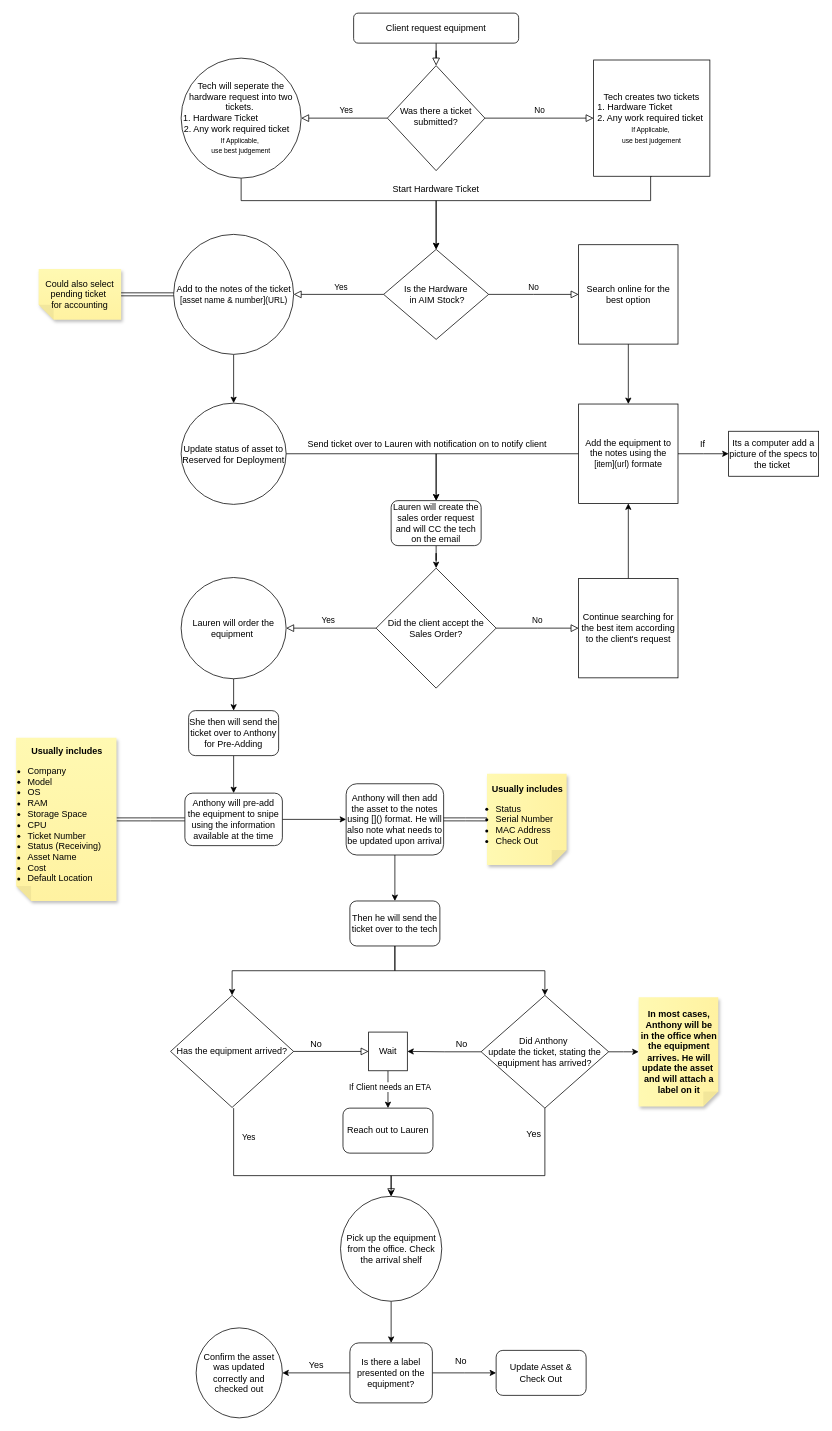
Before: snipeflow.drawio in TribAdris/snipeflow, a draw.io diagram. Source tidied: cells renumbered, new cells numbered last; positions are measured from the earlier drawing's top-left corner, leaving out a move shared by most shapes. Both pictures are drawn from the tidied source at 75%, with x=0, y=0 at pixel (16, 13).
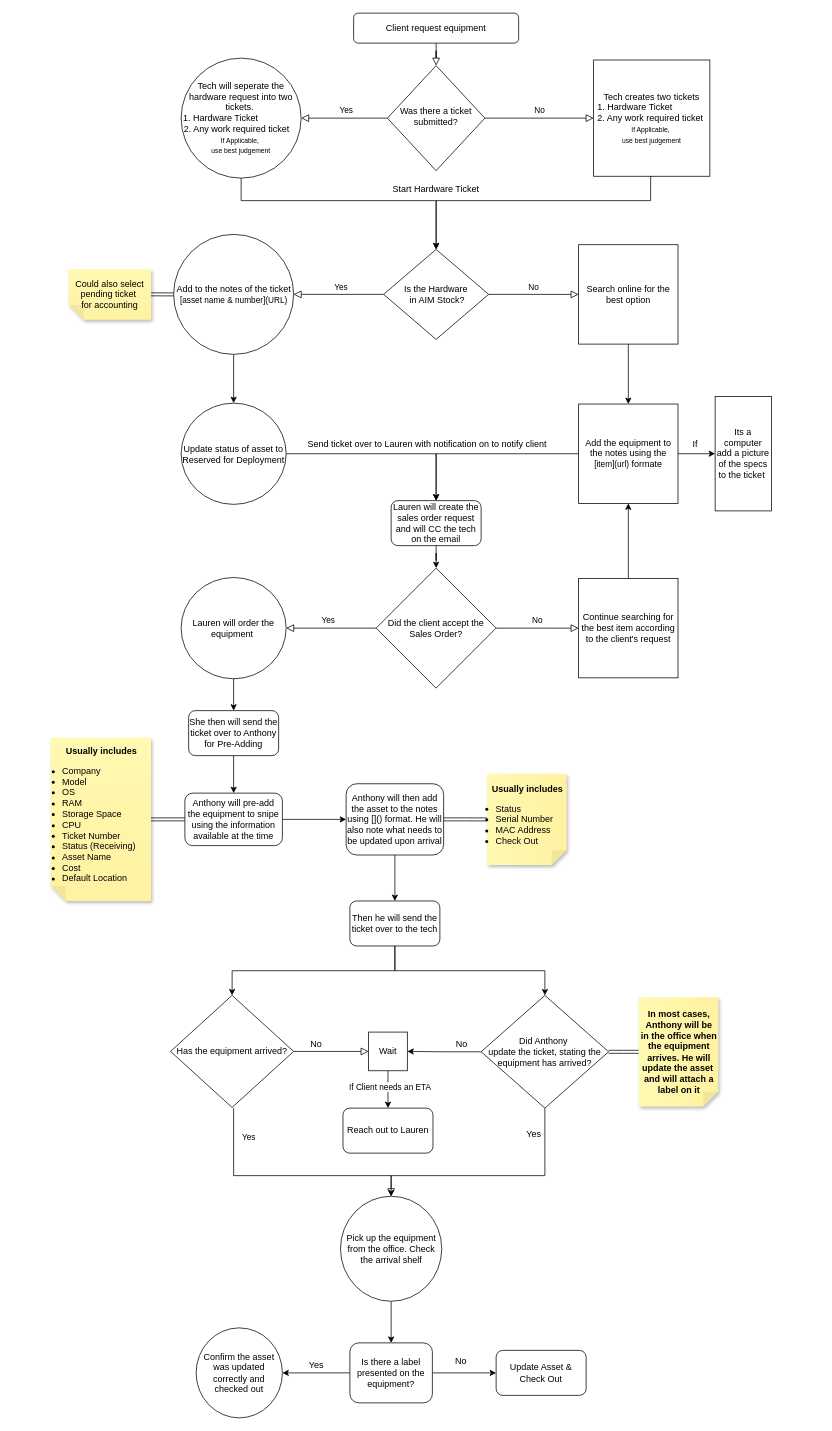
The same diagram, later.

The change refers to these unchanged cells:
```xml
<mxCell id="59" value="Did Anthony&amp;nbsp;&lt;div&gt;update the ticket, stating the equipment has arrived?&lt;/div&gt;" style="rhombus;whiteSpace=wrap;html=1;direction=north;" parent="1" vertex="1">
  <mxGeometry x="620" y="1309.7" width="170" height="150.3" as="geometry" />
</mxCell>
<mxCell id="65" value="&lt;b&gt;In most cases, Anthony will be in the office when the equipment arrives. He will update the asset&amp;nbsp; and will attach a label on it&lt;/b&gt;" style="shape=note;whiteSpace=wrap;html=1;backgroundOutline=1;fontColor=#000000;darkOpacity=0.05;fillColor=#FFF9B2;strokeColor=none;fillStyle=solid;direction=south;gradientDirection=north;gradientColor=#FFF2A1;shadow=1;size=20;spacingLeft=2;" parent="1" vertex="1">
  <mxGeometry x="830" y="1312" width="106.2" height="145.8" as="geometry" />
</mxCell>
```

Change to the diagram source:
```diff
@@
     <mxCell id="24" value="Its a computer add a picture of the specs to the ticket&amp;nbsp;" style="whiteSpace=wrap;html=1;" parent="1" vertex="1">
-      <mxGeometry x="950" y="557.5" width="120" height="60" as="geometry" />
+      <mxGeometry x="932" y="511.2" width="75" height="152.5" as="geometry" />
     </mxCell>
     <mxCell id="25" value="If" style="text;html=1;align=center;verticalAlign=middle;strokeColor=none;fillColor=none;" parent="1" vertex="1">
-      <mxGeometry x="900" y="560" width="30" height="30" as="geometry" />
+      <mxGeometry x="890" y="560" width="30" height="30" as="geometry" />
     </mxCell>
     <mxCell id="26" value="Could also select pending ticket&amp;nbsp;&lt;div&gt;for accounting&lt;/div&gt;" style="shape=note;whiteSpace=wrap;html=1;backgroundOutline=1;fontColor=#000000;darkOpacity=0.05;fillColor=#FFF9B2;strokeColor=none;fillStyle=solid;direction=west;gradientDirection=north;gradientColor=#FFF2A1;shadow=1;size=20;" parent="1" vertex="1">
-      <mxGeometry x="30" y="341.2" width="110" height="67.5" as="geometry" />
+      <mxGeometry x="70" y="341.2" width="110" height="67.5" as="geometry" />
     </mxCell>
@@
     <mxCell id="43" value="&lt;b&gt;Usually includes&lt;br&gt;&lt;/b&gt;&lt;ul style=&quot;margin-left: -45px; margin-right: -20px;&quot;&gt;&lt;li style=&quot;text-align: left;&quot;&gt;Company&lt;br&gt;&lt;/li&gt;&lt;li style=&quot;text-align: left;&quot;&gt;Model&lt;/li&gt;&lt;li style=&quot;text-align: left;&quot;&gt;OS&lt;/li&gt;&lt;li style=&quot;text-align: left;&quot;&gt;RAM&lt;/li&gt;&lt;li style=&quot;text-align: left;&quot;&gt;Storage Space&lt;br&gt;&lt;/li&gt;&lt;li style=&quot;text-align: left;&quot;&gt;CPU&lt;/li&gt;&lt;li style=&quot;text-align: left;&quot;&gt;Ticket Number&lt;/li&gt;&lt;li style=&quot;text-align: left;&quot;&gt;Status (Receiving)&lt;/li&gt;&lt;li style=&quot;text-align: left;&quot;&gt;Asset Name&lt;/li&gt;&lt;li style=&quot;text-align: left;&quot;&gt;Cost&lt;/li&gt;&lt;li style=&quot;text-align: left;&quot;&gt;Default Location&lt;/li&gt;&lt;/ul&gt;" style="shape=note;whiteSpace=wrap;html=1;backgroundOutline=1;fontColor=#000000;darkOpacity=0.05;fillColor=#FFF9B2;strokeColor=none;fillStyle=solid;direction=west;gradientDirection=north;gradientColor=#FFF2A1;shadow=1;size=20;spacingLeft=2;" parent="1" vertex="1">
-      <mxGeometry y="966.2" width="133.8" height="217.5" as="geometry" />
+      <mxGeometry x="46" y="966.2" width="133.8" height="217.5" as="geometry" />
     </mxCell>
@@
-    <mxCell id="66" style="edgeStyle=orthogonalEdgeStyle;rounded=0;jettySize=auto;html=1;entryX=0.5;entryY=1;entryDx=0;entryDy=0;entryPerimeter=0;" parent="1" edge="1" source="59" target="65">
+    <mxCell id="66" style="edgeStyle=orthogonalEdgeStyle;rounded=0;jettySize=auto;html=1;entryX=0.5;entryY=1;entryDx=0;entryDy=0;entryPerimeter=0;shape=link;" parent="1" edge="1" source="59" target="65">
       <mxGeometry relative="1" as="geometry" />
     </mxCell>
```
